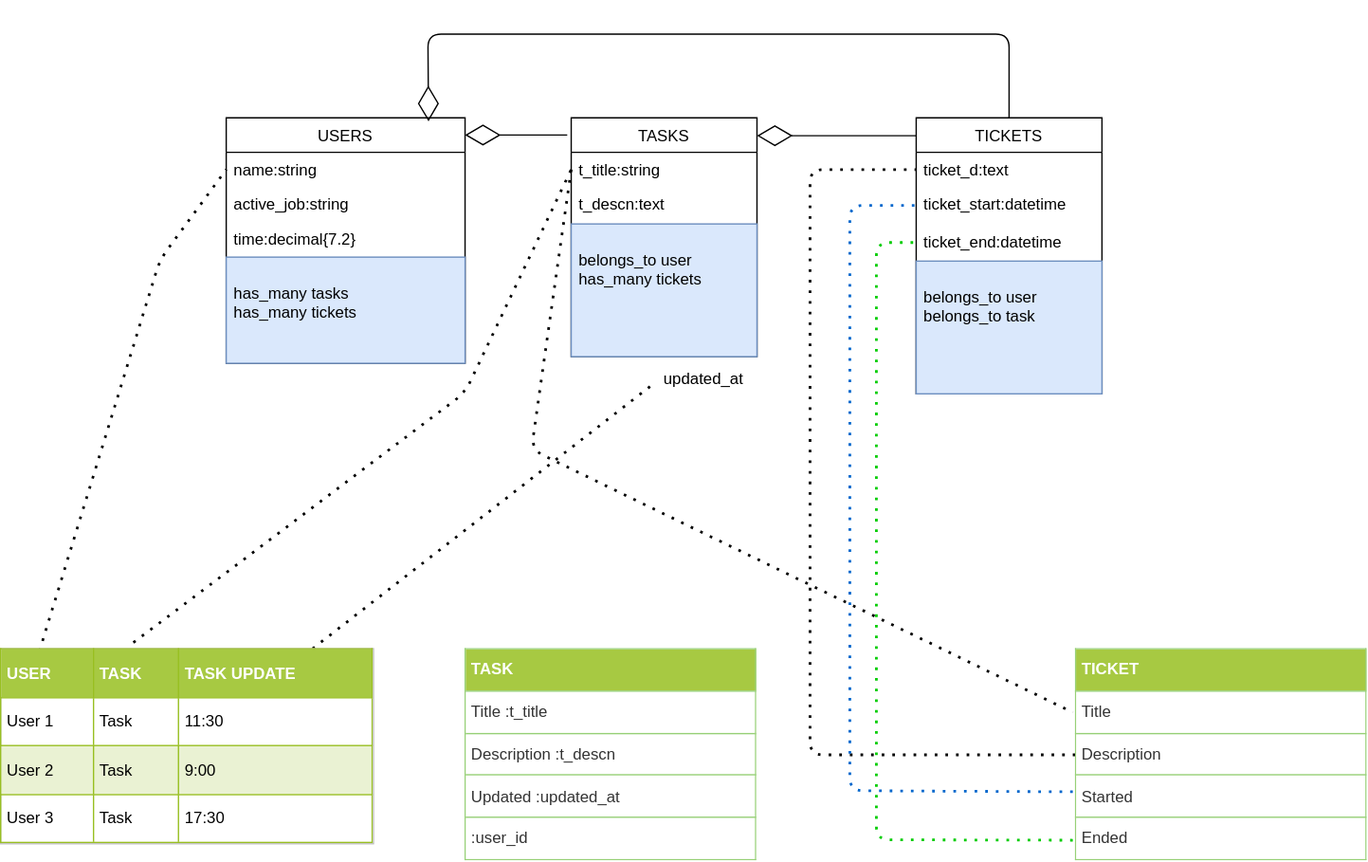
Roru-cmd/Myapp keeps this draw.io diagram as Copy of MyApp_old.svg. Above is the earlier version. Source tidied: cells renumbered, new cells last; positions are measured from the earlier drawing's top-left corner, leaving out a move shared by most shapes.
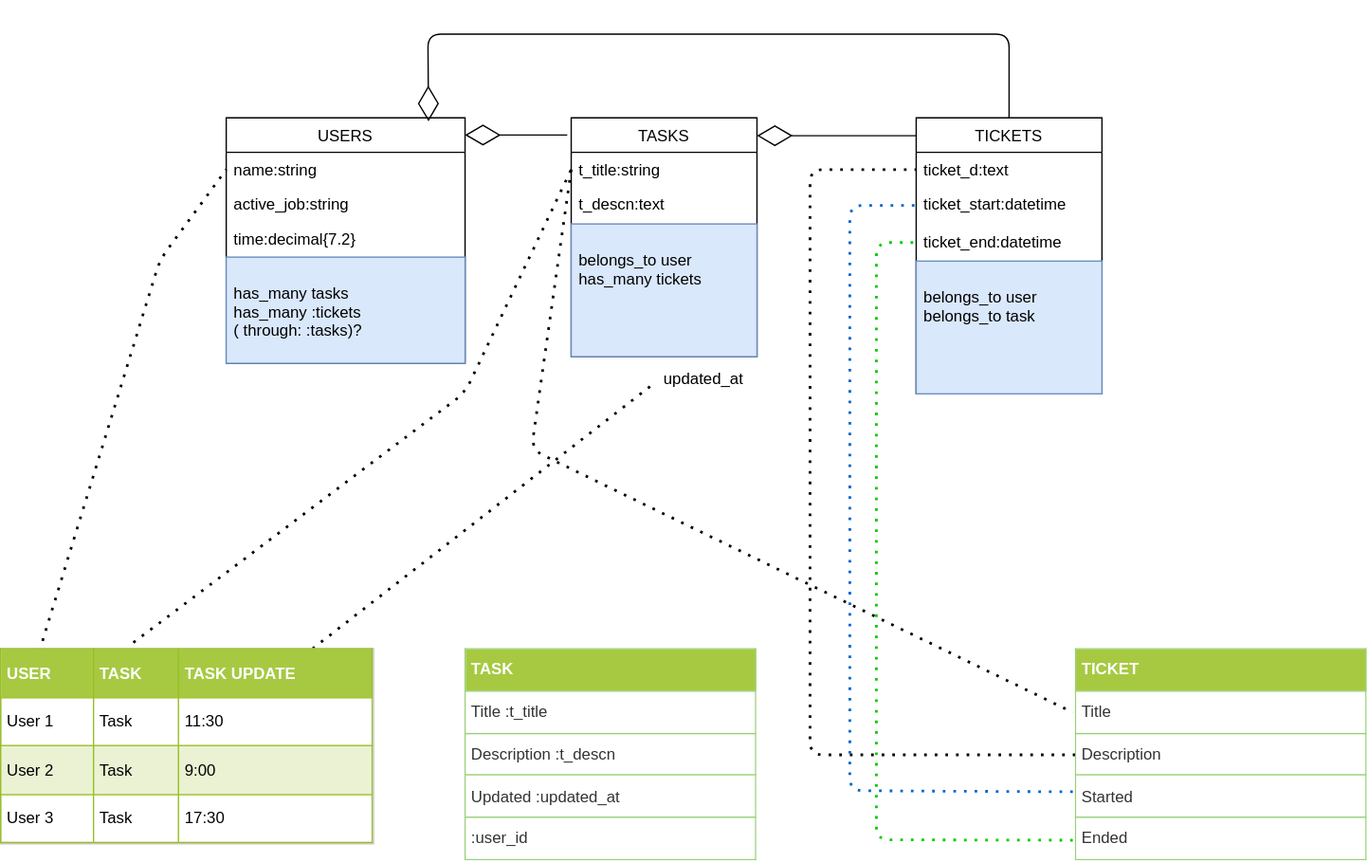
After the change.

Diff of the diagram source:
```diff
@@ -14,7 +14,7 @@
     <mxCell id="5" value="time:decimal{7.2}" style="text;strokeColor=none;fillColor=none;align=left;verticalAlign=top;spacingLeft=4;spacingRight=4;overflow=hidden;" parent="2" vertex="1">
       <mxGeometry y="78" width="180" height="27" as="geometry" />
     </mxCell>
-    <mxCell id="6" value="&#10;has_many tasks&#10;has_many tickets" style="text;strokeColor=#6c8ebf;align=left;verticalAlign=top;spacingLeft=4;spacingRight=4;overflow=hidden;fillColor=#dae8fc;" parent="2" vertex="1">
+    <mxCell id="6" value="&#10;has_many tasks&#10;has_many :tickets&#10;( through: :tasks)?" style="text;strokeColor=#6c8ebf;align=left;verticalAlign=top;spacingLeft=4;spacingRight=4;overflow=hidden;fillColor=#dae8fc;" parent="2" vertex="1">
       <mxGeometry y="105" width="180" height="80" as="geometry" />
     </mxCell>
     <mxCell id="7" value="TASKS" style="swimlane;fontStyle=0;horizontal=1;startSize=26;fillColor=none;" parent="1" vertex="1">
```
